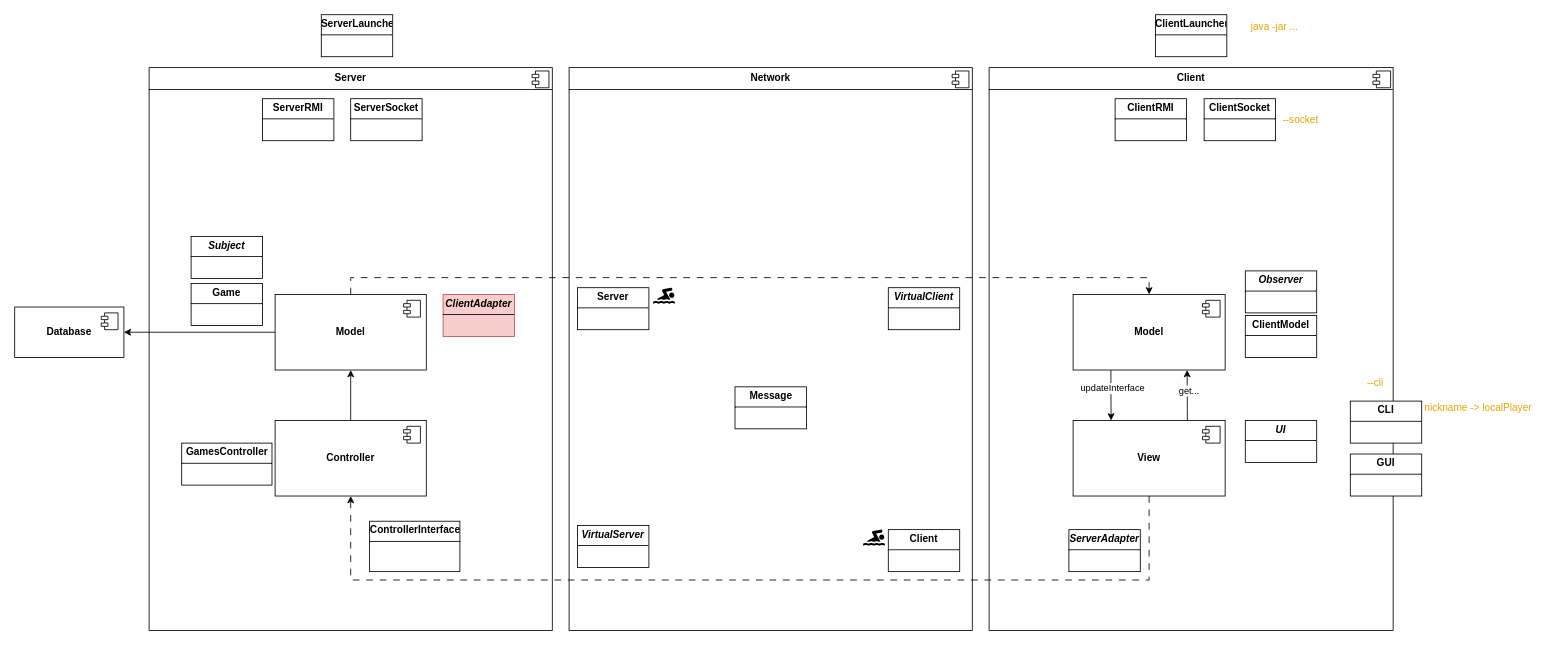
Before: documentation/ComponentsV4.drawio in ilariacaglio/IS26-AM17, a draw.io diagram. Source tidied: cells renumbered, new cells numbered last; positions are measured from the earlier drawing's top-left corner, leaving out a move shared by most shapes. Both pictures are drawn from the tidied source at 84%, with x=0, y=0 at pixel (14, 14).
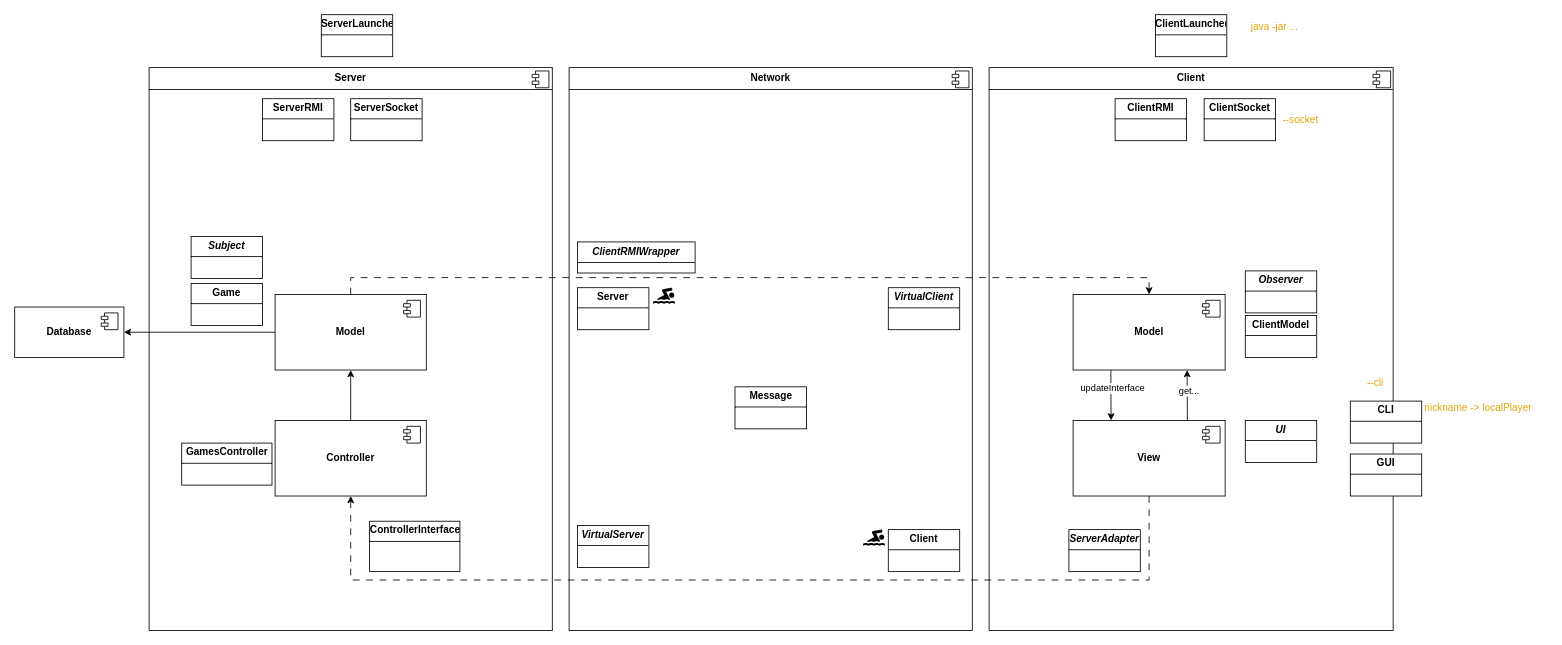
Above is the later version.

Diff of the diagram source:
```diff
@@
-    <mxCell id="53" value="&lt;p style=&quot;margin:0px;margin-top:4px;text-align:center;&quot;&gt;&lt;b&gt;&lt;i&gt;ClientAdapter&lt;/i&gt;&lt;/b&gt;&lt;/p&gt;&lt;hr size=&quot;1&quot; style=&quot;border-style:solid;&quot;&gt;&lt;div style=&quot;height:2px;&quot;&gt;&lt;/div&gt;" style="verticalAlign=top;align=left;overflow=fill;html=1;whiteSpace=wrap;fillColor=#f8cecc;strokeColor=#b85450;" parent="1" vertex="1">
-      <mxGeometry x="510" y="333" width="85" height="50" as="geometry" />
+    <mxCell id="53" value="&lt;p style=&quot;margin:0px;margin-top:4px;text-align:center;&quot;&gt;&lt;b&gt;&lt;i&gt;ClientRMIWrapper&lt;/i&gt;&lt;/b&gt;&lt;/p&gt;&lt;hr size=&quot;1&quot; style=&quot;border-style:solid;&quot;&gt;&lt;div style=&quot;height:2px;&quot;&gt;&lt;/div&gt;" style="verticalAlign=top;align=left;overflow=fill;html=1;whiteSpace=wrap;" parent="1" vertex="1">
+      <mxGeometry x="670" y="270.5" width="140" height="37" as="geometry" />
     </mxCell>
```
